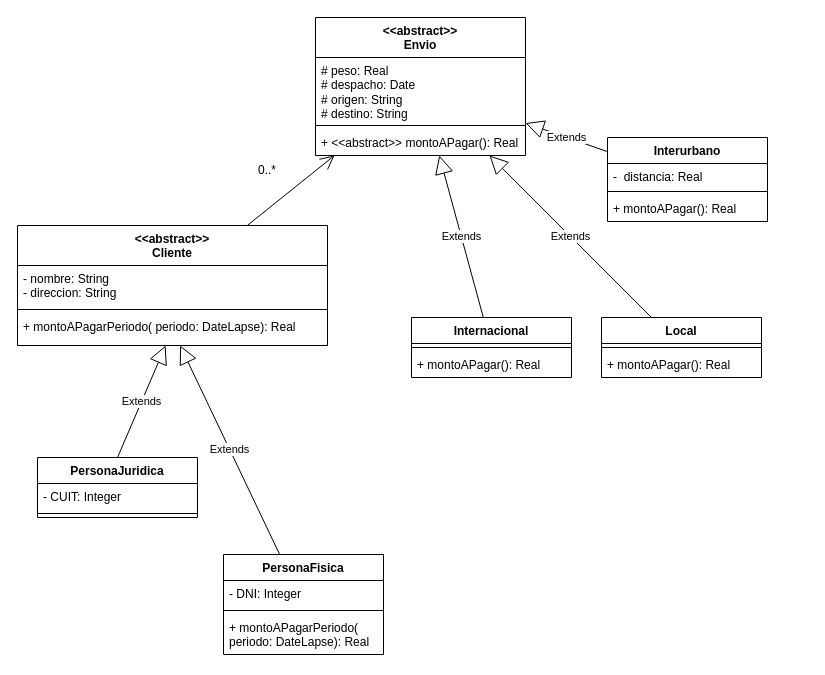
Earlier version of the draw.io diagram ProyMavenBase/P5E19/Ej19.drawio (fremn88/OO1_2024). Source tidied: cells renumbered, new cells numbered last; positions are measured from the earlier drawing's top-left corner, leaving out a move shared by most shapes. Both pictures are drawn from the tidied source at 100%, with x=0, y=0 at pixel (17, 17).
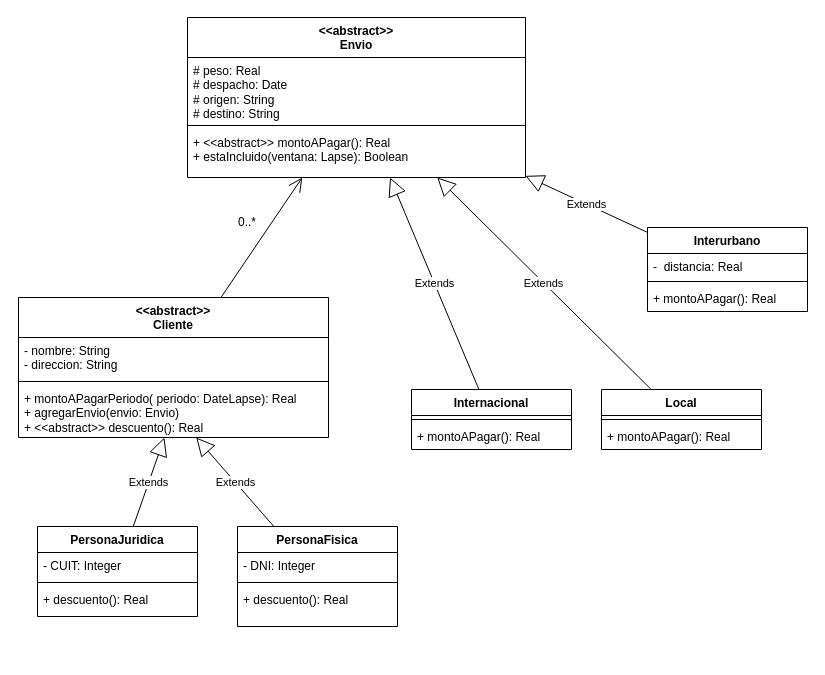
The same page after the edit.

The edit, as a diff of the source:
```diff
@@
     <mxCell id="2" value="&amp;lt;&amp;lt;abstract&amp;gt;&amp;gt;&lt;br&gt;Envio" style="swimlane;fontStyle=1;align=center;verticalAlign=top;horizontal=1;startSize=40;whiteSpace=wrap;html=1;" parent="1" vertex="1">
-      <mxGeometry x="298" width="210" height="138" as="geometry" />
+      <mxGeometry x="170" width="338" height="160" as="geometry" />
     </mxCell>
     <mxCell id="3" value="# peso: Real&lt;br&gt;# despacho: Date&lt;br&gt;# origen: String&lt;br&gt;# destino: String" style="text;strokeColor=none;fillColor=none;align=left;verticalAlign=top;spacingLeft=4;spacingRight=4;overflow=hidden;whiteSpace=wrap;html=1;" parent="2" vertex="1">
-      <mxGeometry y="40" width="210" height="64" as="geometry" />
+      <mxGeometry y="40" width="338" height="64" as="geometry" />
     </mxCell>
     <mxCell id="4" style="line;strokeWidth=1;fillColor=none;align=left;verticalAlign=middle;spacingTop=-1;spacingLeft=3;spacingRight=3;labelPosition=right;strokeColor=inherit;" parent="2" vertex="1">
-      <mxGeometry y="104" width="210" height="8" as="geometry" />
+      <mxGeometry y="104" width="338" height="8" as="geometry" />
     </mxCell>
-    <mxCell id="5" value="+ &amp;lt;&amp;lt;abstract&amp;gt;&amp;gt; montoAPagar(): Real" style="text;strokeColor=none;fillColor=none;align=left;verticalAlign=top;spacingLeft=4;spacingRight=4;overflow=hidden;whiteSpace=wrap;html=1;" parent="2" vertex="1">
-      <mxGeometry y="112" width="210" height="26" as="geometry" />
+    <mxCell id="5" value="+ &amp;lt;&amp;lt;abstract&amp;gt;&amp;gt; montoAPagar(): Real&lt;br&gt;+ estaIncluido(ventana: Lapse): Boolean" style="text;strokeColor=none;fillColor=none;align=left;verticalAlign=top;spacingLeft=4;spacingRight=4;overflow=hidden;whiteSpace=wrap;html=1;" parent="2" vertex="1">
+      <mxGeometry y="112" width="338" height="48" as="geometry" />
     </mxCell>
     <mxCell id="6" value="Interurbano" style="swimlane;fontStyle=1;align=center;verticalAlign=top;horizontal=1;startSize=26;whiteSpace=wrap;html=1;" parent="1" vertex="1">
-      <mxGeometry x="590" y="120" width="160" height="84" as="geometry" />
+      <mxGeometry x="630" y="210" width="160" height="84" as="geometry" />
     </mxCell>
@@
     <mxCell id="11" value="&amp;lt;&amp;lt;abstract&amp;gt;&amp;gt;&lt;br&gt;Cliente" style="swimlane;fontStyle=1;align=center;verticalAlign=top;horizontal=1;startSize=40;whiteSpace=wrap;html=1;" parent="1" vertex="1">
-      <mxGeometry y="208" width="310" height="120" as="geometry" />
+      <mxGeometry x="1" y="280" width="310" height="140" as="geometry" />
     </mxCell>
@@
-    <mxCell id="14" value="+ montoAPagarPeriodo( periodo: DateLapse): Real" style="text;strokeColor=none;fillColor=none;align=left;verticalAlign=top;spacingLeft=4;spacingRight=4;overflow=hidden;points=[[0,0.5],[1,0.5]];portConstraint=eastwest;whiteSpace=wrap;html=1;" parent="11" vertex="1">
-      <mxGeometry y="88" width="310" height="32" as="geometry" />
+    <mxCell id="14" value="+ montoAPagarPeriodo( periodo: DateLapse): Real&lt;br&gt;+ agregarEnvio(envio: Envio)&lt;br&gt;+ &amp;lt;&amp;lt;abstract&amp;gt;&amp;gt; descuento(): Real" style="text;strokeColor=none;fillColor=none;align=left;verticalAlign=top;spacingLeft=4;spacingRight=4;overflow=hidden;points=[[0,0.5],[1,0.5]];portConstraint=eastwest;whiteSpace=wrap;html=1;" parent="11" vertex="1">
+      <mxGeometry y="88" width="310" height="52" as="geometry" />
     </mxCell>
@@
     <mxCell id="16" value="0..*" style="text;strokeColor=none;align=center;fillColor=none;html=1;verticalAlign=middle;whiteSpace=wrap;rounded=0;" parent="1" vertex="1">
-      <mxGeometry x="220" y="138" width="60" height="30" as="geometry" />
+      <mxGeometry x="200" y="190" width="60" height="30" as="geometry" />
     </mxCell>
     <mxCell id="17" value="PersonaFisica" style="swimlane;fontStyle=1;align=center;verticalAlign=top;horizontal=1;startSize=26;whiteSpace=wrap;html=1;" parent="1" vertex="1">
-      <mxGeometry x="206" y="537" width="160" height="100" as="geometry" />
+      <mxGeometry x="220" y="509" width="160" height="100" as="geometry" />
     </mxCell>
@@
-    <mxCell id="20" value="+ montoAPagarPeriodo( periodo: DateLapse): Real" style="text;strokeColor=none;fillColor=none;align=left;verticalAlign=top;spacingLeft=4;spacingRight=4;overflow=hidden;whiteSpace=wrap;html=1;" parent="17" vertex="1">
+    <mxCell id="20" value="+ descuento(): Real" style="text;strokeColor=none;fillColor=none;align=left;verticalAlign=top;spacingLeft=4;spacingRight=4;overflow=hidden;whiteSpace=wrap;html=1;" parent="17" vertex="1">
       <mxGeometry y="60" width="160" height="40" as="geometry" />
     </mxCell>
-    <mxCell id="21" value="PersonaJuridica" style="swimlane;fontStyle=1;align=center;verticalAlign=top;horizontal=1;startSize=26;whiteSpace=wrap;html=1;" parent="1" vertex="1">
-      <mxGeometry x="20" y="440" width="160" height="60" as="geometry" />
-    </mxCell>
-    <mxCell id="22" value="- CUIT: Integer" style="text;strokeColor=none;fillColor=none;align=left;verticalAlign=top;spacingLeft=4;spacingRight=4;overflow=hidden;whiteSpace=wrap;html=1;" parent="21" vertex="1">
-      <mxGeometry y="26" width="160" height="26" as="geometry" />
-    </mxCell>
-    <mxCell id="23" style="line;strokeWidth=1;fillColor=none;align=left;verticalAlign=middle;spacingTop=-1;spacingLeft=3;spacingRight=3;labelPosition=right;strokeColor=inherit;" parent="21" vertex="1">
-      <mxGeometry y="52" width="160" height="8" as="geometry" />
-    </mxCell>
-    <mxCell id="24" value="Extends" style="endArrow=block;endSize=16;endFill=0;html=1;rounded=0;exitX=0.5;exitY=0;exitDx=0;exitDy=0;" parent="1" edge="1" source="21" target="14">
+    <mxCell id="24" value="Extends" style="endArrow=block;endSize=16;endFill=0;html=1;rounded=0;" parent="1" edge="1" source="21" target="14">
       <mxGeometry relative="1" as="geometry" />
     </mxCell>
@@
     <mxCell id="26" value="Local" style="swimlane;fontStyle=1;align=center;verticalAlign=top;horizontal=1;startSize=26;whiteSpace=wrap;html=1;" parent="1" vertex="1">
-      <mxGeometry x="584" y="300" width="160" height="60" as="geometry" />
+      <mxGeometry x="584" y="372" width="160" height="60" as="geometry" />
     </mxCell>
@@
     <mxCell id="29" value="Internacional" style="swimlane;fontStyle=1;align=center;verticalAlign=top;horizontal=1;startSize=26;whiteSpace=wrap;html=1;" parent="1" vertex="1">
-      <mxGeometry x="394" y="300" width="160" height="60" as="geometry" />
+      <mxGeometry x="394" y="372" width="160" height="60" as="geometry" />
     </mxCell>
@@
+    <mxCell id="21" value="PersonaJuridica" style="swimlane;fontStyle=1;align=center;verticalAlign=top;horizontal=1;startSize=26;whiteSpace=wrap;html=1;" parent="1" vertex="1">
+      <mxGeometry x="20" y="509" width="160" height="90" as="geometry" />
+    </mxCell>
+    <mxCell id="22" value="- CUIT: Integer" style="text;strokeColor=none;fillColor=none;align=left;verticalAlign=top;spacingLeft=4;spacingRight=4;overflow=hidden;whiteSpace=wrap;html=1;" parent="21" vertex="1">
+      <mxGeometry y="26" width="160" height="26" as="geometry" />
+    </mxCell>
+    <mxCell id="23" style="line;strokeWidth=1;fillColor=none;align=left;verticalAlign=middle;spacingTop=-1;spacingLeft=3;spacingRight=3;labelPosition=right;strokeColor=inherit;" parent="21" vertex="1">
+      <mxGeometry y="52" width="160" height="8" as="geometry" />
+    </mxCell>
+    <mxCell id="34" value="+ descuento(): Real" style="text;strokeColor=none;fillColor=none;align=left;verticalAlign=top;spacingLeft=4;spacingRight=4;overflow=hidden;whiteSpace=wrap;html=1;" parent="21" vertex="1">
+      <mxGeometry y="60" width="160" height="30" as="geometry" />
+    </mxCell>
```
